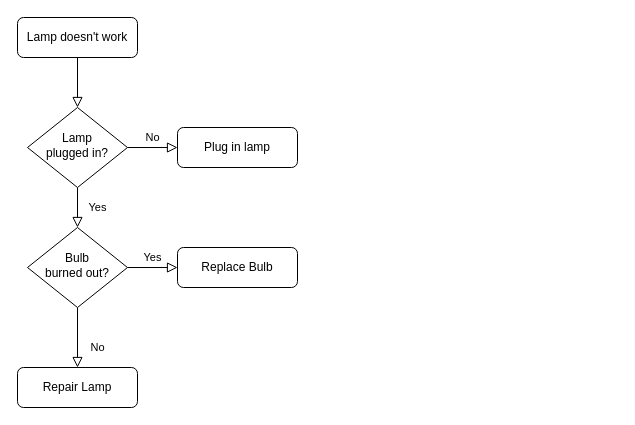
The draw.io diagram Untitled Diagram.drawio in veltaine/ZenvaCoding, before the edit. Source tidied: cells renumbered, new cells numbered last; positions are measured from the earlier drawing's top-left corner, leaving out a move shared by most shapes. Both pictures are drawn from the tidied source at 100%, with x=0, y=0 at pixel (17, 17).
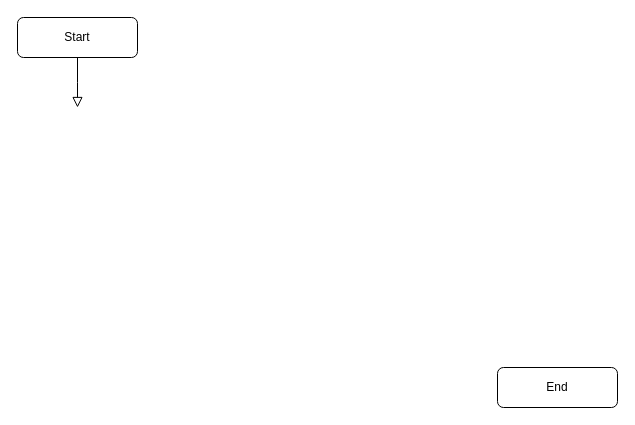
Above is the later version.

Commit message:
Turtle Solar Chart Flowchart.drawio

Diff of the diagram source:
```diff
@@
 <mxGraphModel>
   <root>
     <mxCell id="0" />
     <mxCell id="1" parent="0" />
-    <mxCell id="2" style="rounded=0;html=1;jettySize=auto;fontSize=11;endArrow=block;endFill=0;endSize=8;strokeWidth=1;shadow=0;labelBackgroundColor=none;edgeStyle=orthogonalEdgeStyle;" parent="1" edge="1" source="3" target="6">
-      <mxGeometry relative="1" as="geometry" />
+    <mxCell id="2" style="rounded=0;html=1;jettySize=auto;fontSize=11;endArrow=block;endFill=0;endSize=8;strokeWidth=1;shadow=0;labelBackgroundColor=none;edgeStyle=orthogonalEdgeStyle;" parent="1" edge="1" source="3">
+      <mxGeometry relative="1" as="geometry">
+        <mxPoint x="60" y="90" as="targetPoint" />
+      </mxGeometry>
     </mxCell>
-    <mxCell id="3" value="Lamp doesn't work" style="rounded=1;whiteSpace=wrap;html=1;fontSize=12;glass=0;strokeWidth=1;shadow=0;" parent="1" vertex="1">
+    <mxCell id="3" value="Start" style="rounded=1;whiteSpace=wrap;html=1;fontSize=12;glass=0;strokeWidth=1;shadow=0;" parent="1" vertex="1">
       <mxGeometry width="120" height="40" as="geometry" />
     </mxCell>
-    <mxCell id="4" value="Yes" style="rounded=0;html=1;jettySize=auto;fontSize=11;endArrow=block;endFill=0;endSize=8;strokeWidth=1;shadow=0;labelBackgroundColor=none;edgeStyle=orthogonalEdgeStyle;" parent="1" edge="1" source="6" target="10">
-      <mxGeometry y="20" relative="1" as="geometry" />
-    </mxCell>
-    <mxCell id="5" value="No" style="edgeStyle=orthogonalEdgeStyle;rounded=0;html=1;jettySize=auto;fontSize=11;endArrow=block;endFill=0;endSize=8;strokeWidth=1;shadow=0;labelBackgroundColor=none;" parent="1" edge="1" source="6" target="7">
-      <mxGeometry y="10" relative="1" as="geometry" />
-    </mxCell>
-    <mxCell id="6" value="Lamp&lt;br&gt;plugged in?" style="rhombus;whiteSpace=wrap;html=1;shadow=0;fontFamily=Helvetica;fontSize=12;align=center;strokeWidth=1;spacing=6;spacingTop=-4;" parent="1" vertex="1">
-      <mxGeometry x="10" y="90" width="100" height="80" as="geometry" />
-    </mxCell>
-    <mxCell id="7" value="Plug in lamp" style="rounded=1;whiteSpace=wrap;html=1;fontSize=12;glass=0;strokeWidth=1;shadow=0;" parent="1" vertex="1">
-      <mxGeometry x="160" y="110" width="120" height="40" as="geometry" />
-    </mxCell>
-    <mxCell id="8" value="No" style="rounded=0;html=1;jettySize=auto;fontSize=11;endArrow=block;endFill=0;endSize=8;strokeWidth=1;shadow=0;labelBackgroundColor=none;edgeStyle=orthogonalEdgeStyle;" parent="1" edge="1" source="10" target="11">
-      <mxGeometry x="0.33" y="20" relative="1" as="geometry" />
-    </mxCell>
-    <mxCell id="9" value="Yes" style="edgeStyle=orthogonalEdgeStyle;rounded=0;html=1;jettySize=auto;fontSize=11;endArrow=block;endFill=0;endSize=8;strokeWidth=1;shadow=0;labelBackgroundColor=none;" parent="1" edge="1" source="10" target="12">
-      <mxGeometry y="10" relative="1" as="geometry" />
-    </mxCell>
-    <mxCell id="10" value="Bulb&lt;br&gt;burned out?" style="rhombus;whiteSpace=wrap;html=1;shadow=0;fontFamily=Helvetica;fontSize=12;align=center;strokeWidth=1;spacing=6;spacingTop=-4;" parent="1" vertex="1">
-      <mxGeometry x="10" y="210" width="100" height="80" as="geometry" />
-    </mxCell>
-    <mxCell id="11" value="Repair Lamp" style="rounded=1;whiteSpace=wrap;html=1;fontSize=12;glass=0;strokeWidth=1;shadow=0;" parent="1" vertex="1">
-      <mxGeometry y="350" width="120" height="40" as="geometry" />
+    <mxCell id="11" value="End" style="rounded=1;whiteSpace=wrap;html=1;fontSize=12;glass=0;strokeWidth=1;shadow=0;" parent="1" vertex="1">
+      <mxGeometry x="480" y="350" width="120" height="40" as="geometry" />
     </mxCell>
-    <mxCell id="12" value="Replace Bulb" style="rounded=1;whiteSpace=wrap;html=1;fontSize=12;glass=0;strokeWidth=1;shadow=0;" parent="1" vertex="1">
-      <mxGeometry x="160" y="230" width="120" height="40" as="geometry" />
-    </mxCell>
   </root>
 </mxGraphModel>
```
